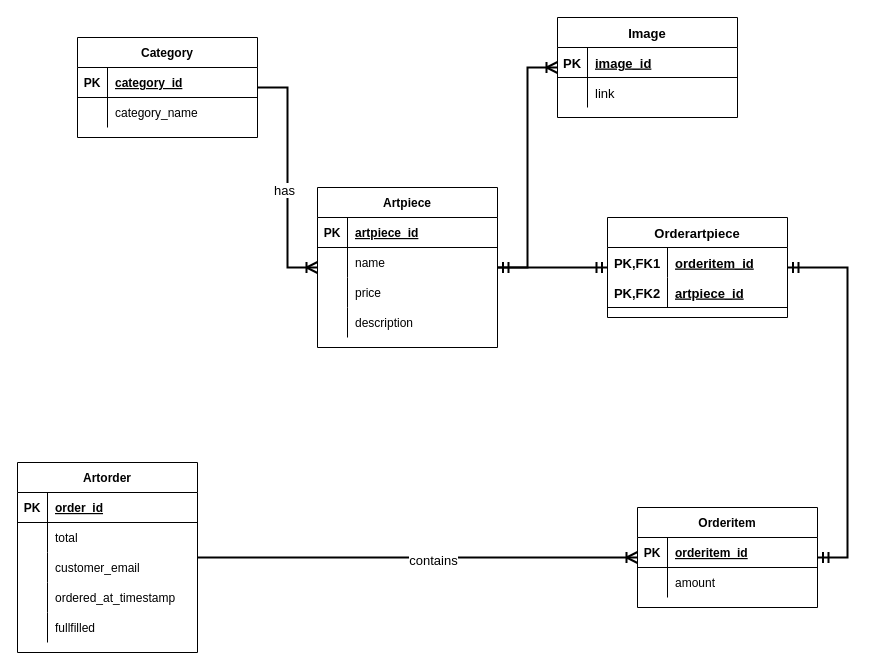
Above: src/main/resources/static/ArtShopDatabase.drawio in noTirT/store-backend (draw.io), before the change. Source tidied: cells renumbered, new cells numbered last; positions are measured from the earlier drawing's top-left corner, leaving out a move shared by most shapes. Both pictures are drawn from the tidied source at 100%, with x=0, y=0 at pixel (17, 17).
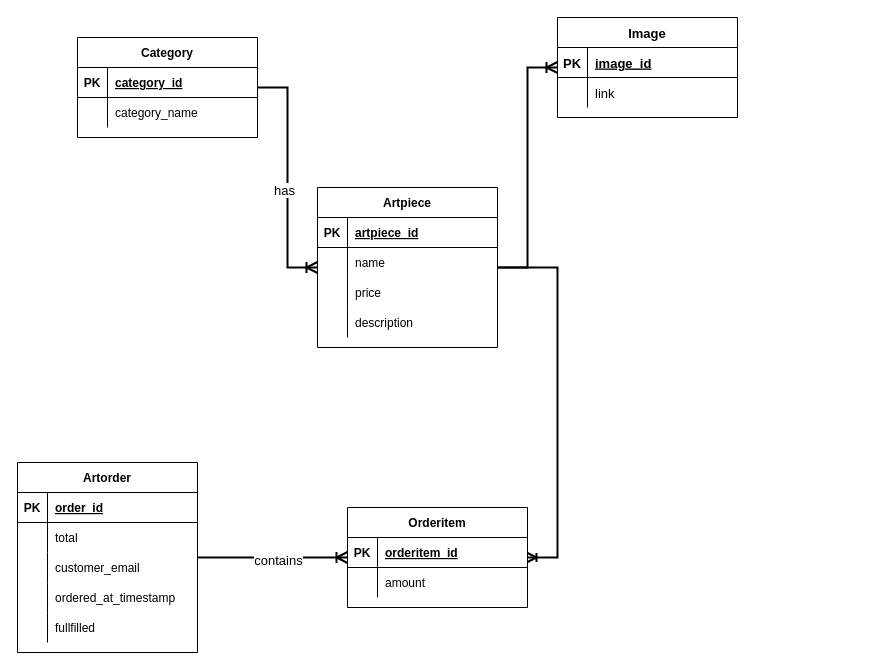
Above is the later version.

The change refers to these unchanged cells:
```xml
<mxCell id="2" value="Artpiece" style="shape=table;startSize=30;childLayout=tableLayout;rowLines=0;fontStyle=1;align=center;" parent="1" vertex="1">
  <mxGeometry x="300" y="170" width="180" height="160" as="geometry" />
</mxCell>
```

Diff of the diagram source:
```diff
@@
     <mxCell id="38" value="Orderitem" style="shape=table;startSize=30;childLayout=tableLayout;rowLines=0;fontStyle=1;align=center;" parent="1" vertex="1">
-      <mxGeometry x="620" y="490" width="180" height="100" as="geometry" />
+      <mxGeometry x="330" y="490" width="180" height="100" as="geometry" />
     </mxCell>
@@
-    <mxCell id="49" value="Orderartpiece" style="shape=table;startSize=30;childLayout=tableLayout;rowLines=0;fontStyle=1;align=center;fontSize=13;" parent="1" vertex="1">
-      <mxGeometry x="590" y="200" width="180" height="100" as="geometry" />
-    </mxCell>
-    <mxCell id="50" style="shape=tableRow;horizontal=0;startSize=0;swimlaneHead=0;swimlaneBody=0;fillColor=none;top=0;left=0;right=0;bottom=0;fontSize=13;" parent="49" vertex="1">
-      <mxGeometry y="30" width="180" height="30" as="geometry" />
-    </mxCell>
-    <mxCell id="51" value="PK,FK1" style="shape=partialRectangle;fillColor=none;top=0;left=0;bottom=0;right=0;fontStyle=1;overflow=hidden;fontSize=13;" parent="50" vertex="1">
-      <mxGeometry width="60" height="30" as="geometry" />
-    </mxCell>
-    <mxCell id="52" value="orderitem_id" style="shape=partialRectangle;fillColor=none;top=0;left=0;bottom=0;right=0;align=left;spacingLeft=6;fontStyle=5;overflow=hidden;fontSize=13;" parent="50" vertex="1">
-      <mxGeometry x="60" width="120" height="30" as="geometry" />
-    </mxCell>
-    <mxCell id="53" style="shape=tableRow;horizontal=0;startSize=0;swimlaneHead=0;swimlaneBody=0;fillColor=none;top=0;left=0;right=0;bottom=1;fontSize=13;" parent="49" vertex="1">
-      <mxGeometry y="60" width="180" height="30" as="geometry" />
-    </mxCell>
-    <mxCell id="54" value="PK,FK2" style="shape=partialRectangle;fillColor=none;top=0;left=0;bottom=0;right=0;fontStyle=1;overflow=hidden;fontSize=13;" parent="53" vertex="1">
-      <mxGeometry width="60" height="30" as="geometry" />
-    </mxCell>
-    <mxCell id="55" value="artpiece_id" style="shape=partialRectangle;fillColor=none;top=0;left=0;bottom=0;right=0;align=left;spacingLeft=6;fontStyle=5;overflow=hidden;fontSize=13;" parent="53" vertex="1">
-      <mxGeometry x="60" width="120" height="30" as="geometry" />
-    </mxCell>
-    <mxCell id="56" style="edgeStyle=entityRelationEdgeStyle;fontSize=12;html=1;endArrow=ERmandOne;startArrow=ERmandOne;rounded=0;startSize=8;endSize=8;strokeWidth=2;" parent="1" edge="1" source="2" target="49">
-      <mxGeometry relative="1" as="geometry" />
-    </mxCell>
-    <mxCell id="57" style="edgeStyle=entityRelationEdgeStyle;fontSize=12;html=1;endArrow=ERmandOne;startArrow=ERmandOne;rounded=0;startSize=8;endSize=8;strokeWidth=2;" parent="1" edge="1" source="38" target="49">
-      <mxGeometry relative="1" as="geometry" />
-    </mxCell>
@@
+    <mxCell id="66" style="edgeStyle=entityRelationEdgeStyle;fontSize=12;html=1;endArrow=ERoneToMany;rounded=0;strokeWidth=2;" parent="1" edge="1" source="2" target="38">
+      <mxGeometry relative="1" as="geometry" />
+    </mxCell>
```
